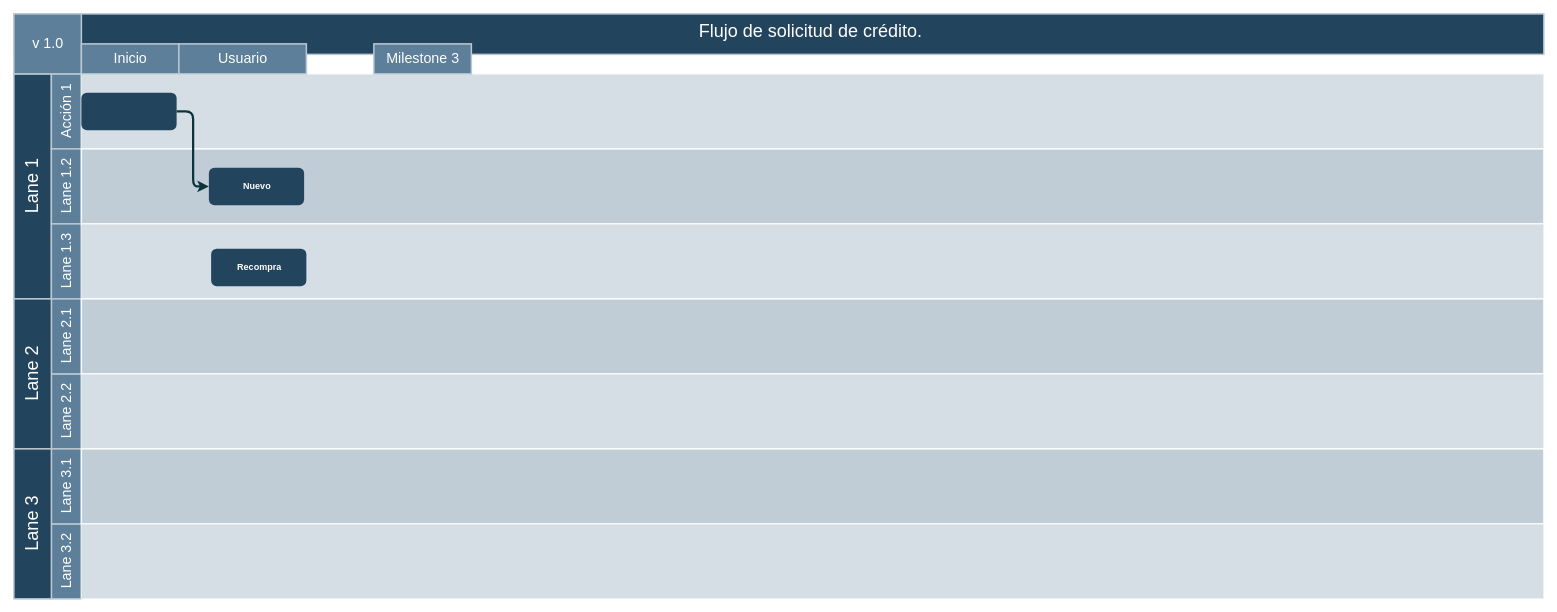
This is Untitled Diagram.drawio from ChristianG-M/WEB, a draw.io file, before an edit. Source tidied: cells renumbered, new cells numbered last; positions are measured from the earlier drawing's top-left corner, leaving out a move shared by most shapes. Both pictures are drawn from the tidied source at 75%, with x=0, y=0 at pixel (14, 14).
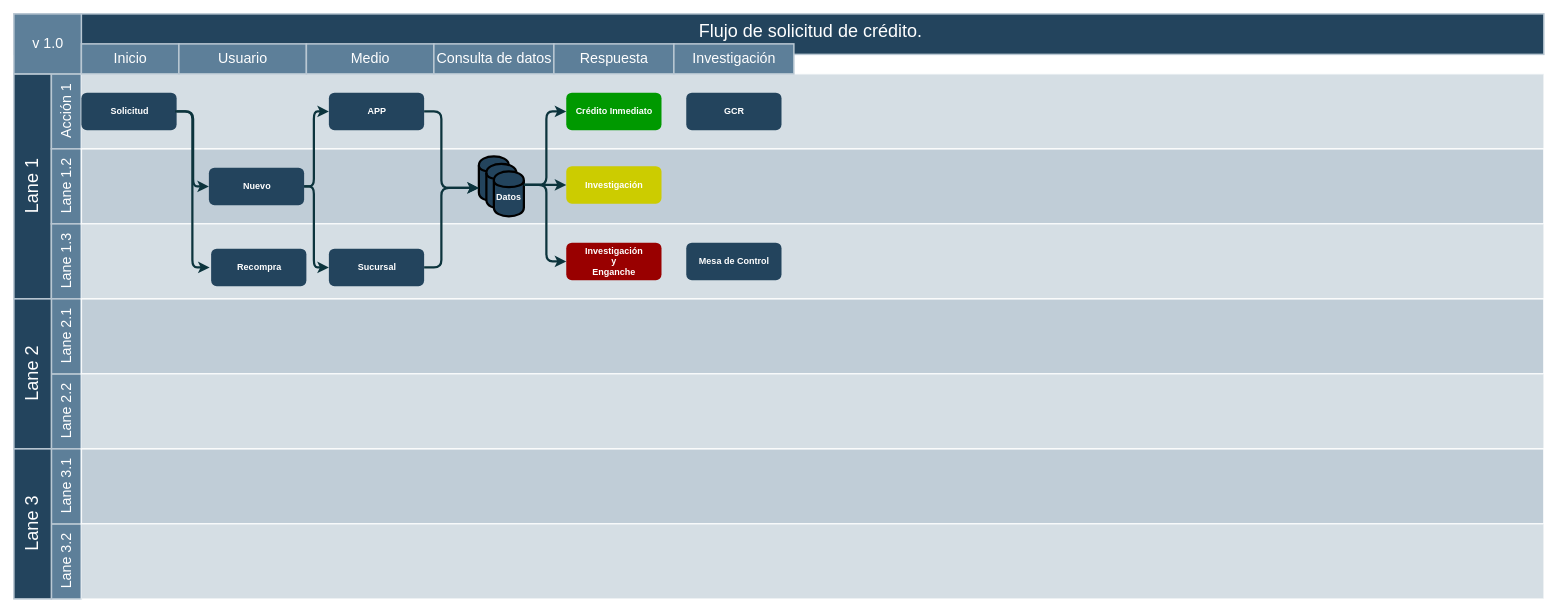
After the change.

The change refers to these unchanged cells:
```xml
<mxCell id="22" value="&lt;font color=&quot;#FFFFFF&quot;&gt;&lt;b&gt;Nuevo&lt;/b&gt;&lt;/font&gt;" style="rounded=1;fillColor=#23445D;strokeColor=none;strokeWidth=2;fontFamily=Helvetica;html=1;gradientColor=none;" parent="1" vertex="1">
  <mxGeometry x="260" y="205" width="127" height="50" as="geometry" />
</mxCell>
```

What changed in the source:
```diff
@@
-    <mxCell id="21" style="rounded=1;fillColor=#23445D;strokeColor=none;strokeWidth=2;fontFamily=Helvetica;html=1;gradientColor=none;" parent="1" vertex="1">
+    <mxCell id="21" value="&lt;b&gt;&lt;font color=&quot;#FFFFFF&quot;&gt;Solicitud&lt;/font&gt;&lt;/b&gt;" style="rounded=1;fillColor=#23445D;strokeColor=none;strokeWidth=2;fontFamily=Helvetica;html=1;gradientColor=none;" parent="1" vertex="1">
       <mxGeometry x="90" y="105" width="127" height="50" as="geometry" />
     </mxCell>
@@
-    <mxCell id="26" value="Milestone 3" style="strokeColor=#BAC8D3;fillColor=#5d7f99;fontSize=19;strokeWidth=2;fontFamily=Helvetica;html=1;labelBackgroundColor=none;fontColor=#FFFFFF;" parent="1" vertex="1">
-      <mxGeometry x="480" y="40" width="130" height="40" as="geometry" />
+    <mxCell id="26" value="Medio" style="strokeColor=#BAC8D3;fillColor=#5d7f99;fontSize=19;strokeWidth=2;fontFamily=Helvetica;html=1;labelBackgroundColor=none;fontColor=#FFFFFF;" parent="1" vertex="1">
+      <mxGeometry x="390" y="40" width="170" height="40" as="geometry" />
     </mxCell>
@@
+    <mxCell id="29" style="edgeStyle=elbowEdgeStyle;elbow=horizontal;strokeWidth=3;strokeColor=#0C343D;fontFamily=Helvetica;html=1;exitX=1;exitY=0.5;exitDx=0;exitDy=0;entryX=0;entryY=0.5;entryDx=0;entryDy=0;" parent="1" edge="1">
+      <mxGeometry x="-350.9" y="430" as="geometry">
+        <mxPoint x="215" y="130" as="sourcePoint" />
+        <mxPoint x="261" y="338" as="targetPoint" />
+        <Array as="points">
+          <mxPoint x="238" y="243" />
+          <mxPoint x="228" y="263" />
+        </Array>
+      </mxGeometry>
+    </mxCell>
+    <mxCell id="30" value="&lt;font color=&quot;#FFFFFF&quot;&gt;&lt;b&gt;APP&lt;/b&gt;&lt;/font&gt;" style="rounded=1;fillColor=#23445D;strokeColor=none;strokeWidth=2;fontFamily=Helvetica;html=1;gradientColor=none;" parent="1" vertex="1">
+      <mxGeometry x="420" y="105" width="127" height="50" as="geometry" />
+    </mxCell>
+    <mxCell id="31" value="&lt;font color=&quot;#FFFFFF&quot;&gt;&lt;b&gt;Sucursal&lt;/b&gt;&lt;/font&gt;" style="rounded=1;fillColor=#23445D;strokeColor=none;strokeWidth=2;fontFamily=Helvetica;html=1;gradientColor=none;" parent="1" vertex="1">
+      <mxGeometry x="420" y="313" width="127" height="50" as="geometry" />
+    </mxCell>
+    <mxCell id="32" style="edgeStyle=elbowEdgeStyle;elbow=horizontal;strokeWidth=3;strokeColor=#0C343D;fontFamily=Helvetica;html=1;exitX=1;exitY=0.5;exitDx=0;exitDy=0;entryX=0;entryY=0.5;entryDx=0;entryDy=0;" parent="1" edge="1" source="22" target="30">
+      <mxGeometry x="-145.9" y="526" as="geometry">
+        <Array as="points">
+          <mxPoint x="400" y="230" />
+          <mxPoint x="433" y="359" />
+        </Array>
+      </mxGeometry>
+    </mxCell>
+    <mxCell id="33" style="edgeStyle=elbowEdgeStyle;elbow=horizontal;strokeWidth=3;strokeColor=#0C343D;fontFamily=Helvetica;html=1;exitX=1;exitY=0.5;exitDx=0;exitDy=0;entryX=0;entryY=0.5;entryDx=0;entryDy=0;" parent="1" edge="1" source="22" target="31">
+      <mxGeometry x="-155.9" y="534" as="geometry">
+        <Array as="points">
+          <mxPoint x="400" y="343" />
+          <mxPoint x="423" y="367" />
+        </Array>
+      </mxGeometry>
+    </mxCell>
+    <mxCell id="34" value="Consulta de datos" style="strokeColor=#BAC8D3;fillColor=#5d7f99;fontSize=19;strokeWidth=2;fontFamily=Helvetica;html=1;labelBackgroundColor=none;fontColor=#FFFFFF;" parent="1" vertex="1">
+      <mxGeometry x="560" y="40" width="160" height="40" as="geometry" />
+    </mxCell>
+    <mxCell id="35" style="shape=cylinder;whiteSpace=wrap;html=1;boundedLbl=1;backgroundOutline=1;strokeWidth=3;fillColor=#23445D;" parent="1" vertex="1">
+      <mxGeometry x="620" y="190" width="40" height="60" as="geometry" />
+    </mxCell>
+    <mxCell id="36" style="shape=cylinder;whiteSpace=wrap;html=1;boundedLbl=1;backgroundOutline=1;strokeWidth=3;fillColor=#23445D;" parent="1" vertex="1">
+      <mxGeometry x="630" y="200" width="40" height="60" as="geometry" />
+    </mxCell>
+    <mxCell id="37" style="shape=cylinder;whiteSpace=wrap;html=1;boundedLbl=1;backgroundOutline=1;strokeWidth=3;fillColor=#23445D;" parent="1" vertex="1">
+      <mxGeometry x="640" y="210" width="40" height="60" as="geometry" />
+    </mxCell>
+    <mxCell id="38" style="edgeStyle=elbowEdgeStyle;elbow=horizontal;strokeWidth=3;strokeColor=#0C343D;fontFamily=Helvetica;html=1;entryX=0;entryY=0.7;entryDx=0;entryDy=0;exitX=1;exitY=0.5;exitDx=0;exitDy=0;" parent="1" edge="1" source="30" target="35">
+      <mxGeometry x="27.1" y="629" as="geometry">
+        <Array as="points">
+          <mxPoint x="570" y="243" />
+          <mxPoint x="573" y="333" />
+          <mxPoint x="606" y="462" />
+        </Array>
+      </mxGeometry>
+    </mxCell>
+    <mxCell id="39" style="edgeStyle=elbowEdgeStyle;elbow=horizontal;strokeWidth=3;strokeColor=#0C343D;fontFamily=Helvetica;html=1;exitX=1;exitY=0.5;exitDx=0;exitDy=0;entryX=0;entryY=0.7;entryDx=0;entryDy=0;" parent="1" edge="1" source="31" target="35">
+      <mxGeometry x="47.1" y="639" as="geometry">
+        <Array as="points">
+          <mxPoint x="570" y="273" />
+          <mxPoint x="626" y="472" />
+        </Array>
+      </mxGeometry>
+    </mxCell>
+    <mxCell id="40" value="&lt;div&gt;&lt;font color=&quot;#FFFFFF&quot;&gt;&lt;b&gt;Investigación&lt;/b&gt;&lt;/font&gt;&lt;/div&gt;&lt;div&gt;&lt;font color=&quot;#FFFFFF&quot;&gt;&lt;b&gt;y&lt;/b&gt;&lt;/font&gt;&lt;/div&gt;&lt;div&gt;&lt;font color=&quot;#FFFFFF&quot;&gt;&lt;b&gt; Enganche&lt;/b&gt;&lt;/font&gt;&lt;/div&gt;" style="rounded=1;strokeColor=none;strokeWidth=2;fontFamily=Helvetica;html=1;gradientColor=none;fillColor=#990000;" parent="1" vertex="1">
+      <mxGeometry x="736.5" y="305" width="127" height="50" as="geometry" />
+    </mxCell>
+    <mxCell id="41" value="Respuesta" style="strokeColor=#BAC8D3;fillColor=#5d7f99;fontSize=19;strokeWidth=2;fontFamily=Helvetica;html=1;labelBackgroundColor=none;fontColor=#FFFFFF;" parent="1" vertex="1">
+      <mxGeometry x="720" y="40" width="160" height="40" as="geometry" />
+    </mxCell>
+    <mxCell id="42" value="&lt;font color=&quot;#FFFFFF&quot;&gt;&lt;b&gt;Investigación&lt;/b&gt;&lt;/font&gt;" style="rounded=1;strokeColor=none;strokeWidth=2;fontFamily=Helvetica;html=1;gradientColor=none;fillColor=#CCCC00;" parent="1" vertex="1">
+      <mxGeometry x="736.5" y="203" width="127" height="50" as="geometry" />
+    </mxCell>
+    <mxCell id="43" value="&lt;font color=&quot;#FFFFFF&quot;&gt;&lt;b&gt;Crédito Inmediato&lt;br&gt;&lt;/b&gt;&lt;/font&gt;" style="rounded=1;strokeColor=none;strokeWidth=2;fontFamily=Helvetica;html=1;gradientColor=none;fillColor=#009900;" parent="1" vertex="1">
+      <mxGeometry x="736.5" y="105" width="127" height="50" as="geometry" />
+    </mxCell>
+    <mxCell id="44" style="edgeStyle=elbowEdgeStyle;elbow=horizontal;strokeWidth=3;strokeColor=#0C343D;fontFamily=Helvetica;html=1;exitX=1;exitY=0.3;exitDx=0;exitDy=0;entryX=0;entryY=0.5;entryDx=0;entryDy=0;" parent="1" edge="1" source="37" target="43">
+      <mxGeometry x="190.1" y="732" as="geometry">
+        <Array as="points">
+          <mxPoint x="710" y="193" />
+          <mxPoint x="720" y="263" />
+          <mxPoint x="733" y="346" />
+          <mxPoint x="736" y="436" />
+          <mxPoint x="769" y="565" />
+        </Array>
+      </mxGeometry>
+    </mxCell>
+    <mxCell id="45" style="edgeStyle=elbowEdgeStyle;elbow=horizontal;strokeWidth=3;strokeColor=#0C343D;fontFamily=Helvetica;html=1;entryX=0;entryY=0.5;entryDx=0;entryDy=0;exitX=1;exitY=0.3;exitDx=0;exitDy=0;" parent="1" edge="1" source="37" target="42">
+      <mxGeometry x="200.1" y="742" as="geometry">
+        <Array as="points">
+          <mxPoint x="710" y="230" />
+          <mxPoint x="730" y="273" />
+          <mxPoint x="743" y="356" />
+          <mxPoint x="746" y="446" />
+          <mxPoint x="779" y="575" />
+        </Array>
+      </mxGeometry>
+    </mxCell>
+    <mxCell id="46" style="edgeStyle=elbowEdgeStyle;elbow=horizontal;strokeWidth=3;strokeColor=#0C343D;fontFamily=Helvetica;html=1;exitX=1;exitY=0.3;exitDx=0;exitDy=0;entryX=0;entryY=0.5;entryDx=0;entryDy=0;" parent="1" edge="1" source="37" target="40">
+      <mxGeometry x="210.1" y="752" as="geometry">
+        <Array as="points">
+          <mxPoint x="710" y="273" />
+          <mxPoint x="730" y="213" />
+          <mxPoint x="740" y="283" />
+          <mxPoint x="753" y="366" />
+          <mxPoint x="756" y="456" />
+          <mxPoint x="789" y="585" />
+        </Array>
+      </mxGeometry>
+    </mxCell>
+    <mxCell id="47" value="&lt;b&gt;&lt;font color=&quot;#FFFFFF&quot;&gt;Datos&lt;/font&gt;&lt;/b&gt;" style="text;html=1;strokeColor=none;fillColor=none;align=center;verticalAlign=middle;whiteSpace=wrap;rounded=0;" parent="1" vertex="1">
+      <mxGeometry x="640" y="235" width="40" height="20" as="geometry" />
+    </mxCell>
+    <mxCell id="48" value="&lt;font color=&quot;#FFFFFF&quot;&gt;&lt;b&gt;GCR&lt;/b&gt;&lt;/font&gt;" style="rounded=1;fillColor=#23445D;strokeColor=none;strokeWidth=2;fontFamily=Helvetica;html=1;gradientColor=none;" parent="1" vertex="1">
+      <mxGeometry x="896.5" y="105" width="127" height="50" as="geometry" />
+    </mxCell>
+    <mxCell id="49" value="Investigación" style="strokeColor=#BAC8D3;fillColor=#5d7f99;fontSize=19;strokeWidth=2;fontFamily=Helvetica;html=1;labelBackgroundColor=none;fontColor=#FFFFFF;" parent="1" vertex="1">
+      <mxGeometry x="880" y="40" width="160" height="40" as="geometry" />
+    </mxCell>
+    <mxCell id="50" value="&lt;font color=&quot;#FFFFFF&quot;&gt;&lt;b&gt;Mesa de Control&lt;br&gt;&lt;/b&gt;&lt;/font&gt;" style="rounded=1;fillColor=#23445D;strokeColor=none;strokeWidth=2;fontFamily=Helvetica;html=1;gradientColor=none;" parent="1" vertex="1">
+      <mxGeometry x="896.5" y="305" width="127" height="50" as="geometry" />
+    </mxCell>
```
